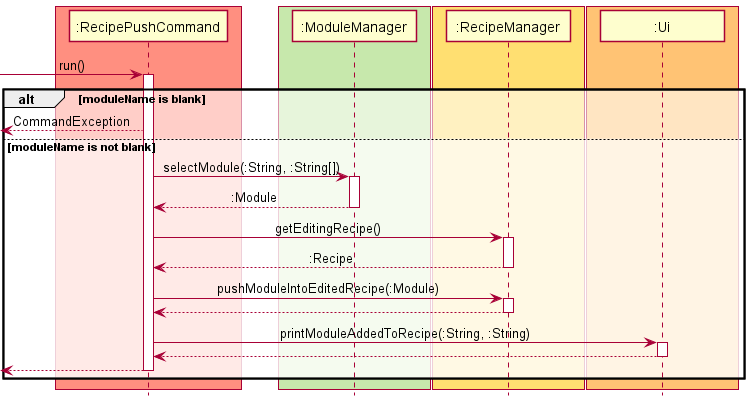
rizemon/tp keeps this PlantUML diagram as docs/images/dg/RecipePushCommand.png. Above is the earlier version.
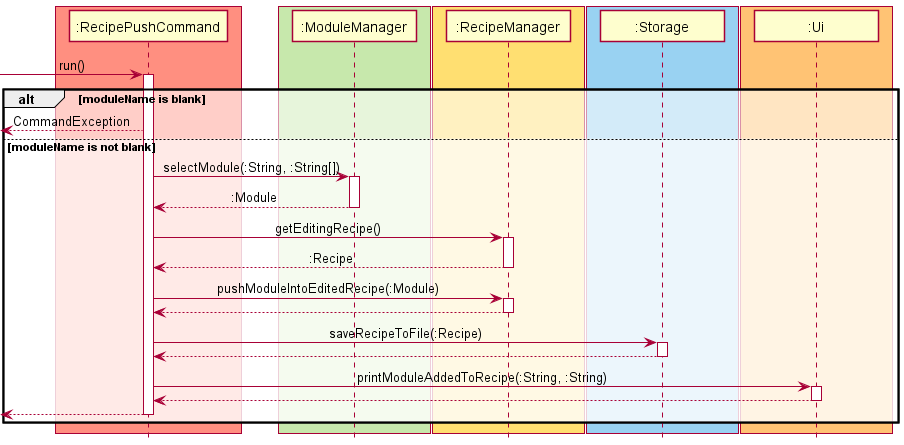
The same file after the commit.

What changed in the source:
```diff
@@ -9,6 +9,9 @@
 end box
 box RECIPE_COLOR
 Participant ":RecipeManager" as RecipeManager
+end box
+box STORAGE_COLOR
+Participant ":Storage" as Storage
 end box
 box UI_COLOR
 Participant ":Ui" as Ui
@@ -35,6 +38,11 @@
   RecipePushCommand <-- RecipeManager
   deactivate RecipeManager
 
+  RecipePushCommand -> Storage: saveRecipeToFile(:Recipe)
+  activate Storage
+  RecipePushCommand <-- Storage
+  deactivate Storage
+
   RecipePushCommand -> Ui: printModuleAddedToRecipe(:String, :String)
   activate Ui
   RecipePushCommand <-- Ui
```
